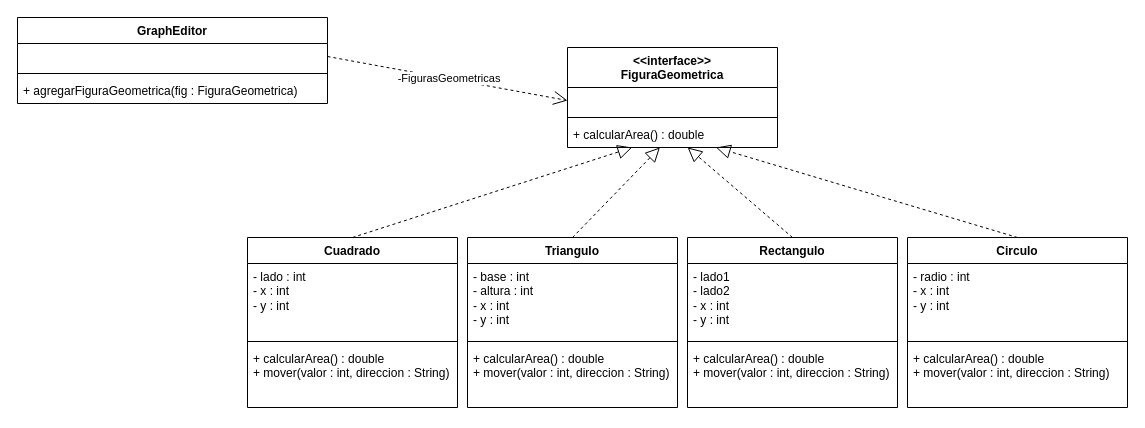
Earlier version of the draw.io diagram tp3ej3/uml/tp3ej3.drawio (LucasLovizzio/IPOO-2024). Source tidied: cells renumbered, new cells numbered last; positions are measured from the earlier drawing's top-left corner, leaving out a move shared by most shapes. Both pictures are drawn from the tidied source at 100%, with x=0, y=0 at pixel (17, 17).
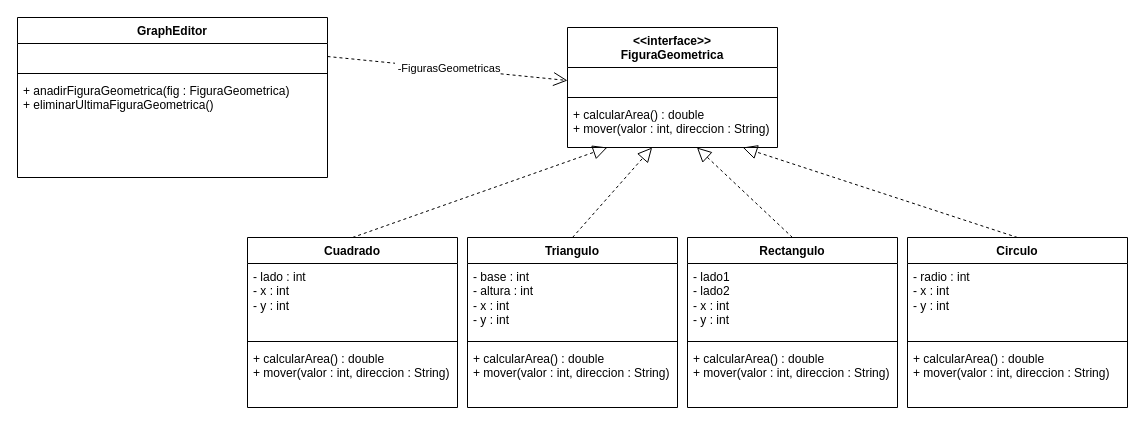
Above is the later version.

What changed in the source:
```diff
@@
     <mxCell id="2" value="GraphEditor" style="swimlane;fontStyle=1;align=center;verticalAlign=top;horizontal=1;startSize=26;whiteSpace=wrap;html=1;" parent="1" vertex="1">
-      <mxGeometry width="310" height="86" as="geometry" />
+      <mxGeometry width="310" height="160" as="geometry" />
     </mxCell>
@@
-    <mxCell id="5" value="+ agregarFiguraGeometrica(fig : FiguraGeometrica)" style="text;strokeColor=none;fillColor=none;align=left;verticalAlign=top;spacingLeft=4;spacingRight=4;overflow=hidden;whiteSpace=wrap;html=1;" parent="2" vertex="1">
-      <mxGeometry y="60" width="310" height="26" as="geometry" />
+    <mxCell id="5" value="+ anadirFiguraGeometrica(fig : FiguraGeometrica)&lt;br&gt;+&amp;nbsp;eliminarUltimaFiguraGeometrica()&amp;nbsp;" style="text;strokeColor=none;fillColor=none;align=left;verticalAlign=top;spacingLeft=4;spacingRight=4;overflow=hidden;whiteSpace=wrap;html=1;" parent="2" vertex="1">
+      <mxGeometry y="60" width="310" height="100" as="geometry" />
     </mxCell>
     <mxCell id="6" value="&amp;lt;&amp;lt;interface&amp;gt;&amp;gt;&lt;br&gt;FiguraGeometrica" style="swimlane;fontStyle=1;align=center;verticalAlign=top;horizontal=1;startSize=40;whiteSpace=wrap;html=1;" parent="1" vertex="1">
-      <mxGeometry x="550" y="30" width="210" height="100" as="geometry" />
+      <mxGeometry x="550" y="10" width="210" height="120" as="geometry" />
     </mxCell>
@@
-    <mxCell id="9" value="+ calcularArea() : double" style="text;strokeColor=none;fillColor=none;align=left;verticalAlign=top;spacingLeft=4;spacingRight=4;overflow=hidden;points=[[0,0.5],[1,0.5]];portConstraint=eastwest;whiteSpace=wrap;html=1;" parent="6" vertex="1">
-      <mxGeometry y="74" width="210" height="26" as="geometry" />
+    <mxCell id="9" value="+ calcularArea() : double&lt;br&gt;+ mover(valor : int, direccion : String)" style="text;strokeColor=none;fillColor=none;align=left;verticalAlign=top;spacingLeft=4;spacingRight=4;overflow=hidden;points=[[0,0.5],[1,0.5]];portConstraint=eastwest;whiteSpace=wrap;html=1;" parent="6" vertex="1">
+      <mxGeometry y="74" width="210" height="46" as="geometry" />
     </mxCell>
```
